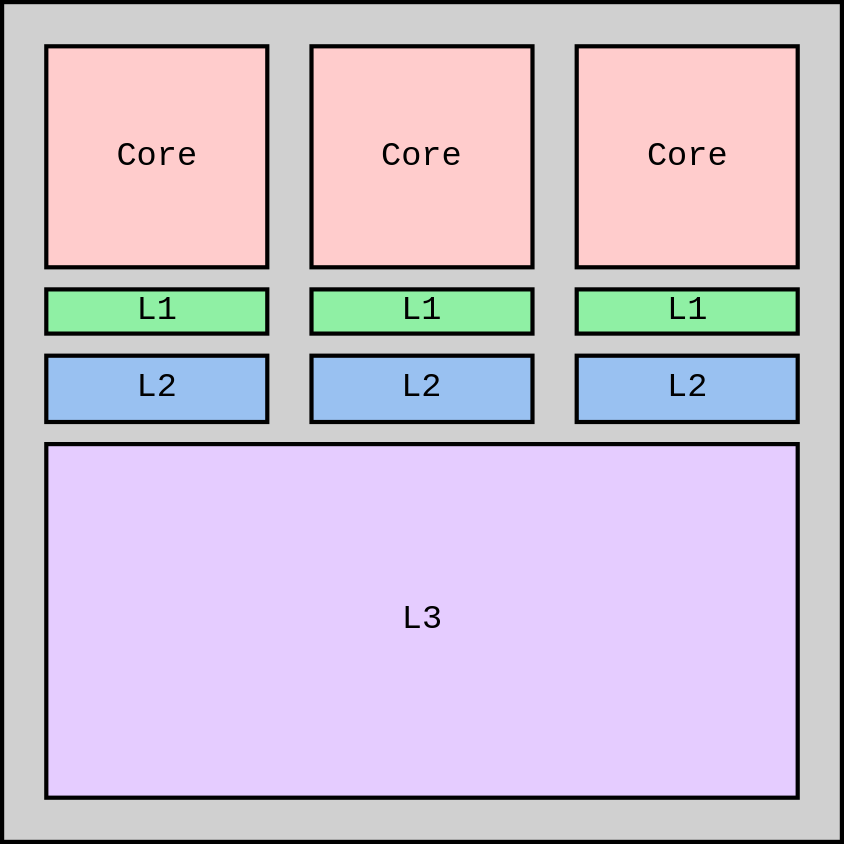
Above: Presentation/Figs/CPUs.drawio.svg in scrufulufugus/tdr-inverse-materials (draw.io), before the change. Source tidied: cells renumbered, new cells last; positions are measured from the earlier drawing's top-left corner, leaving out a move shared by most shapes. Source of this version:
```xml
<mxGraphModel>
  <root>
    <mxCell id="0" />
    <mxCell id="1" parent="0" />
    <mxCell id="2" style="group;" parent="1" vertex="1">
      <mxGeometry width="600" height="600" as="geometry" />
    </mxCell>
    <mxCell id="3" style="rounded=0;whiteSpace=wrap;html=1;strokeWidth=3;fontFamily=Courier New;fontSize=24;fillColor=#D0D0D0;" parent="2" vertex="1">
      <mxGeometry width="600" height="600" as="geometry" />
    </mxCell>
    <mxCell id="4" value="Core" style="rounded=0;whiteSpace=wrap;html=1;strokeWidth=3;fillColor=#FFCCCC;fontFamily=Courier New;fontSize=24;" parent="2" vertex="1">
      <mxGeometry x="31.6" y="31.6" width="157.9" height="157.9" as="geometry" />
    </mxCell>
    <mxCell id="5" value="Core" style="rounded=0;whiteSpace=wrap;html=1;strokeWidth=3;fillColor=#FFCCCC;fontFamily=Courier New;fontSize=24;" parent="2" vertex="1">
      <mxGeometry x="221.1" y="31.6" width="157.9" height="157.9" as="geometry" />
    </mxCell>
    <mxCell id="6" value="Core" style="rounded=0;whiteSpace=wrap;html=1;strokeWidth=3;fillColor=#FFCCCC;fontFamily=Courier New;fontSize=24;" parent="2" vertex="1">
      <mxGeometry x="410.5" y="31.6" width="157.9" height="157.9" as="geometry" />
    </mxCell>
    <mxCell id="7" value="L1" style="rounded=0;whiteSpace=wrap;html=1;strokeWidth=3;fillColor=#8ff0a4;fontFamily=Courier New;fontSize=24;" parent="2" vertex="1">
      <mxGeometry x="31.6" y="205.3" width="157.9" height="31.6" as="geometry" />
    </mxCell>
    <mxCell id="8" value="L1" style="rounded=0;whiteSpace=wrap;html=1;strokeWidth=3;fillColor=#8ff0a4;fontFamily=Courier New;fontSize=24;" parent="2" vertex="1">
      <mxGeometry x="221.1" y="205.3" width="157.9" height="31.6" as="geometry" />
    </mxCell>
    <mxCell id="9" value="L1" style="rounded=0;whiteSpace=wrap;html=1;strokeWidth=3;fillColor=#8ff0a4;fontFamily=Courier New;fontSize=24;" parent="2" vertex="1">
      <mxGeometry x="410.5" y="205.3" width="157.9" height="31.6" as="geometry" />
    </mxCell>
    <mxCell id="10" value="L2" style="rounded=0;whiteSpace=wrap;html=1;strokeWidth=3;fillColor=#99c1f1;fontFamily=Courier New;fontSize=24;" parent="2" vertex="1">
      <mxGeometry x="31.6" y="252.6" width="157.9" height="47.4" as="geometry" />
    </mxCell>
    <mxCell id="11" value="L2" style="rounded=0;whiteSpace=wrap;html=1;strokeWidth=3;fillColor=#99c1f1;fontFamily=Courier New;fontSize=24;" parent="2" vertex="1">
      <mxGeometry x="221.1" y="252.6" width="157.9" height="47.4" as="geometry" />
    </mxCell>
    <mxCell id="12" value="L2" style="rounded=0;whiteSpace=wrap;html=1;strokeWidth=3;fillColor=#99c1f1;fontFamily=Courier New;fontSize=24;" parent="2" vertex="1">
      <mxGeometry x="410.5" y="252.6" width="157.9" height="47.4" as="geometry" />
    </mxCell>
    <mxCell id="13" value="L3" style="rounded=0;whiteSpace=wrap;html=1;strokeWidth=3;fillColor=#E5CCFF;fontFamily=Courier New;fontSize=24;" parent="2" vertex="1">
      <mxGeometry x="31.6" y="315.8" width="536.8" height="252.6" as="geometry" />
    </mxCell>
  </root>
</mxGraphModel>
```
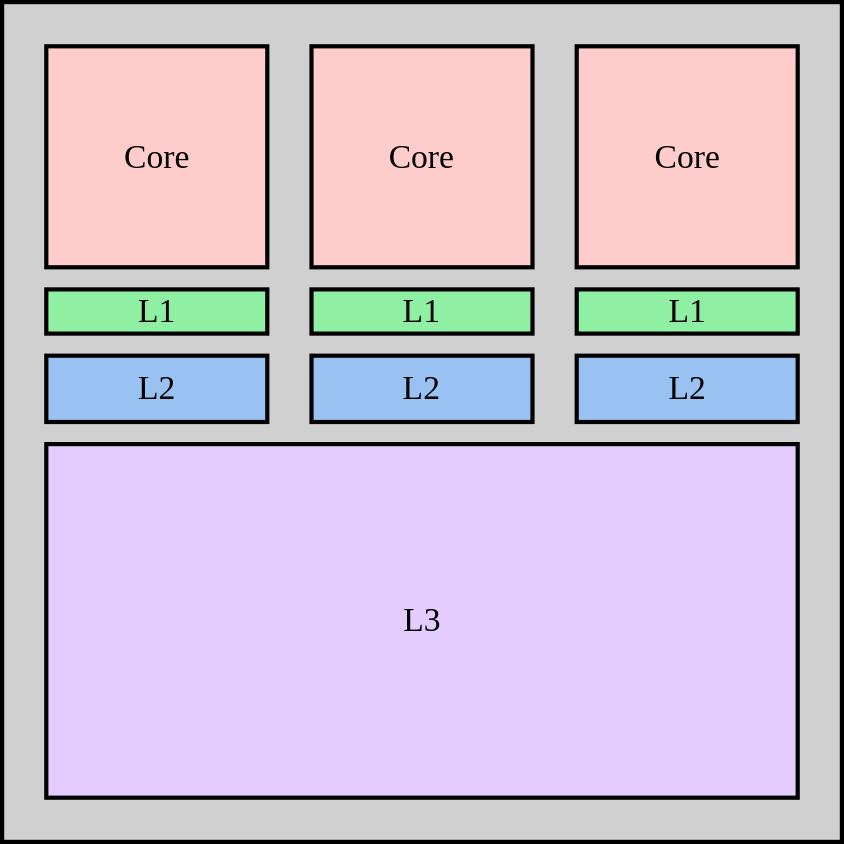
After the change.

What changed in the source:
```diff
@@ -2,40 +2,40 @@
   <root>
     <mxCell id="0" />
     <mxCell id="1" parent="0" />
-    <mxCell id="2" style="group;" parent="1" vertex="1">
+    <mxCell id="2" style="group;fontFamily=DMCA Sans Serif;" parent="1" vertex="1">
       <mxGeometry width="600" height="600" as="geometry" />
     </mxCell>
-    <mxCell id="3" style="rounded=0;whiteSpace=wrap;html=1;strokeWidth=3;fontFamily=Courier New;fontSize=24;fillColor=#D0D0D0;" parent="2" vertex="1">
+    <mxCell id="3" style="rounded=0;whiteSpace=wrap;html=1;strokeWidth=3;fontFamily=DMCA Sans Serif;fontSize=24;fillColor=#D0D0D0;" parent="2" vertex="1">
       <mxGeometry width="600" height="600" as="geometry" />
     </mxCell>
-    <mxCell id="4" value="Core" style="rounded=0;whiteSpace=wrap;html=1;strokeWidth=3;fillColor=#FFCCCC;fontFamily=Courier New;fontSize=24;" parent="2" vertex="1">
+    <mxCell id="4" value="Core" style="rounded=0;whiteSpace=wrap;html=1;strokeWidth=3;fillColor=#FFCCCC;fontFamily=DMCA Sans Serif;fontSize=24;" parent="2" vertex="1">
       <mxGeometry x="31.6" y="31.6" width="157.9" height="157.9" as="geometry" />
     </mxCell>
-    <mxCell id="5" value="Core" style="rounded=0;whiteSpace=wrap;html=1;strokeWidth=3;fillColor=#FFCCCC;fontFamily=Courier New;fontSize=24;" parent="2" vertex="1">
+    <mxCell id="5" value="Core" style="rounded=0;whiteSpace=wrap;html=1;strokeWidth=3;fillColor=#FFCCCC;fontFamily=DMCA Sans Serif;fontSize=24;" parent="2" vertex="1">
       <mxGeometry x="221.1" y="31.6" width="157.9" height="157.9" as="geometry" />
     </mxCell>
-    <mxCell id="6" value="Core" style="rounded=0;whiteSpace=wrap;html=1;strokeWidth=3;fillColor=#FFCCCC;fontFamily=Courier New;fontSize=24;" parent="2" vertex="1">
+    <mxCell id="6" value="Core" style="rounded=0;whiteSpace=wrap;html=1;strokeWidth=3;fillColor=#FFCCCC;fontFamily=DMCA Sans Serif;fontSize=24;" parent="2" vertex="1">
       <mxGeometry x="410.5" y="31.6" width="157.9" height="157.9" as="geometry" />
     </mxCell>
-    <mxCell id="7" value="L1" style="rounded=0;whiteSpace=wrap;html=1;strokeWidth=3;fillColor=#8ff0a4;fontFamily=Courier New;fontSize=24;" parent="2" vertex="1">
+    <mxCell id="7" value="L1" style="rounded=0;whiteSpace=wrap;html=1;strokeWidth=3;fillColor=#8ff0a4;fontFamily=DMCA Sans Serif;fontSize=24;" parent="2" vertex="1">
       <mxGeometry x="31.6" y="205.3" width="157.9" height="31.6" as="geometry" />
     </mxCell>
-    <mxCell id="8" value="L1" style="rounded=0;whiteSpace=wrap;html=1;strokeWidth=3;fillColor=#8ff0a4;fontFamily=Courier New;fontSize=24;" parent="2" vertex="1">
+    <mxCell id="8" value="L1" style="rounded=0;whiteSpace=wrap;html=1;strokeWidth=3;fillColor=#8ff0a4;fontFamily=DMCA Sans Serif;fontSize=24;" parent="2" vertex="1">
       <mxGeometry x="221.1" y="205.3" width="157.9" height="31.6" as="geometry" />
     </mxCell>
-    <mxCell id="9" value="L1" style="rounded=0;whiteSpace=wrap;html=1;strokeWidth=3;fillColor=#8ff0a4;fontFamily=Courier New;fontSize=24;" parent="2" vertex="1">
+    <mxCell id="9" value="L1" style="rounded=0;whiteSpace=wrap;html=1;strokeWidth=3;fillColor=#8ff0a4;fontFamily=DMCA Sans Serif;fontSize=24;" parent="2" vertex="1">
       <mxGeometry x="410.5" y="205.3" width="157.9" height="31.6" as="geometry" />
     </mxCell>
-    <mxCell id="10" value="L2" style="rounded=0;whiteSpace=wrap;html=1;strokeWidth=3;fillColor=#99c1f1;fontFamily=Courier New;fontSize=24;" parent="2" vertex="1">
+    <mxCell id="10" value="L2" style="rounded=0;whiteSpace=wrap;html=1;strokeWidth=3;fillColor=#99c1f1;fontFamily=DMCA Sans Serif;fontSize=24;" parent="2" vertex="1">
       <mxGeometry x="31.6" y="252.6" width="157.9" height="47.4" as="geometry" />
     </mxCell>
-    <mxCell id="11" value="L2" style="rounded=0;whiteSpace=wrap;html=1;strokeWidth=3;fillColor=#99c1f1;fontFamily=Courier New;fontSize=24;" parent="2" vertex="1">
+    <mxCell id="11" value="L2" style="rounded=0;whiteSpace=wrap;html=1;strokeWidth=3;fillColor=#99c1f1;fontFamily=DMCA Sans Serif;fontSize=24;" parent="2" vertex="1">
       <mxGeometry x="221.1" y="252.6" width="157.9" height="47.4" as="geometry" />
     </mxCell>
-    <mxCell id="12" value="L2" style="rounded=0;whiteSpace=wrap;html=1;strokeWidth=3;fillColor=#99c1f1;fontFamily=Courier New;fontSize=24;" parent="2" vertex="1">
+    <mxCell id="12" value="L2" style="rounded=0;whiteSpace=wrap;html=1;strokeWidth=3;fillColor=#99c1f1;fontFamily=DMCA Sans Serif;fontSize=24;" parent="2" vertex="1">
       <mxGeometry x="410.5" y="252.6" width="157.9" height="47.4" as="geometry" />
     </mxCell>
-    <mxCell id="13" value="L3" style="rounded=0;whiteSpace=wrap;html=1;strokeWidth=3;fillColor=#E5CCFF;fontFamily=Courier New;fontSize=24;" parent="2" vertex="1">
+    <mxCell id="13" value="L3" style="rounded=0;whiteSpace=wrap;html=1;strokeWidth=3;fillColor=#E5CCFF;fontFamily=DMCA Sans Serif;fontSize=24;" parent="2" vertex="1">
       <mxGeometry x="31.6" y="315.8" width="536.8" height="252.6" as="geometry" />
     </mxCell>
   </root>
```
